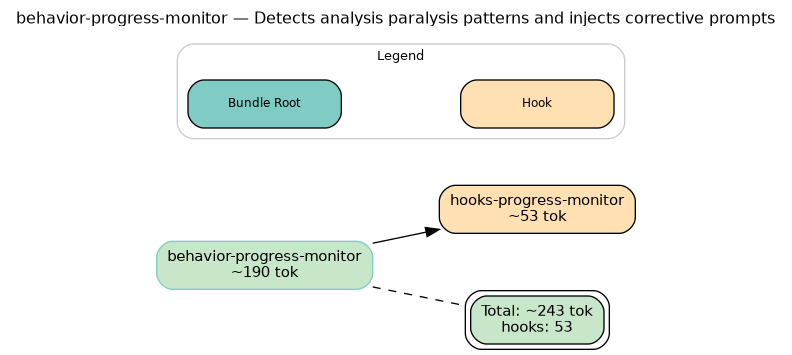
This is behaviors/progress-monitor.png from microsoft/amplifier-foundation, a Graphviz export, as it was before one commit. Its source is kept beside it as behaviors/progress-monitor.dot. Its diagram source:
```dot
digraph behavior_progress_monitor {
    rankdir=LR
    fontname="Helvetica"
    fontsize=12
    label="behavior-progress-monitor — Detects analysis paralysis patterns and injects corrective prompts"
    labelloc=t
    labeljust=c
    compound=true
    nodesep=0.6
    ranksep=0.7
    bgcolor="white"
    source_hash="435a04276003b9721f69881550ce73e008e88d2f73ed616cc88eef5798037e08"

    node [fontname="Helvetica", fontsize=11, style="filled,rounded"]
    edge [fontname="Helvetica", fontsize=9]

    root [label="behavior-progress-monitor\n~190 tok", shape=box, fillcolor="#c8e6c9", style="filled,rounded", color="#80cbc4"]
    hook_hooks_progress_monitor [label="hooks-progress-monitor\n~53 tok", shape=box, fillcolor="#ffe0b2", style="filled,rounded"]
    summary [label="Total: ~243 tok\nhooks: 53", shape=box, fillcolor="#c8e6c9", style="filled,rounded", peripheries=2]

    root -> hook_hooks_progress_monitor
    root -> summary [style=dashed, arrowhead=none]

    subgraph cluster_legend {
        label="Legend"
        style="filled,rounded"
        fillcolor="white"
        color="#cccccc"
        fontsize=10
        node [shape=box, fontsize=9, width=1.6]
        leg_root [label="Bundle Root", shape=box, fillcolor="#80cbc4", style="filled,rounded"]
        leg_hook [label="Hook", shape=box, fillcolor="#ffe0b2", style="filled,rounded"]
        leg_root -> leg_hook [style=invis]
    }
}
```
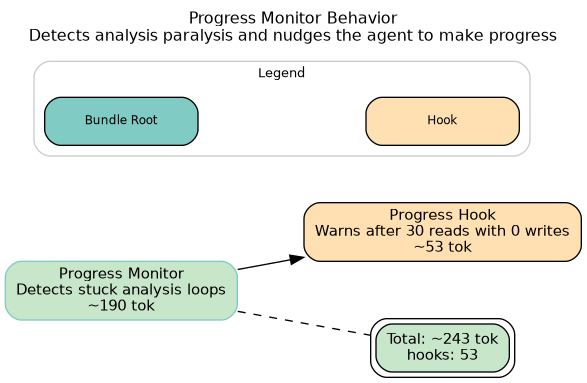
The same file after the commit.

Diff of the diagram source:
```diff
@@ -2,7 +2,7 @@
     rankdir=LR
     fontname="Helvetica"
     fontsize=12
-    label="behavior-progress-monitor — Detects analysis paralysis patterns and injects corrective prompts"
+    label="Progress Monitor Behavior\nDetects analysis paralysis and nudges the agent to make progress"
     labelloc=t
     labeljust=c
     compound=true
@@ -14,8 +14,8 @@
     node [fontname="Helvetica", fontsize=11, style="filled,rounded"]
     edge [fontname="Helvetica", fontsize=9]
 
-    root [label="behavior-progress-monitor\n~190 tok", shape=box, fillcolor="#c8e6c9", style="filled,rounded", color="#80cbc4"]
-    hook_hooks_progress_monitor [label="hooks-progress-monitor\n~53 tok", shape=box, fillcolor="#ffe0b2", style="filled,rounded"]
+    root [label="Progress Monitor\nDetects stuck analysis loops\n~190 tok", shape=box, fillcolor="#c8e6c9", style="filled,rounded", color="#80cbc4"]
+    hook_hooks_progress_monitor [label="Progress Hook\nWarns after 30 reads with 0 writes\n~53 tok", shape=box, fillcolor="#ffe0b2", style="filled,rounded"]
     summary [label="Total: ~243 tok\nhooks: 53", shape=box, fillcolor="#c8e6c9", style="filled,rounded", peripheries=2]
 
     root -> hook_hooks_progress_monitor
```
